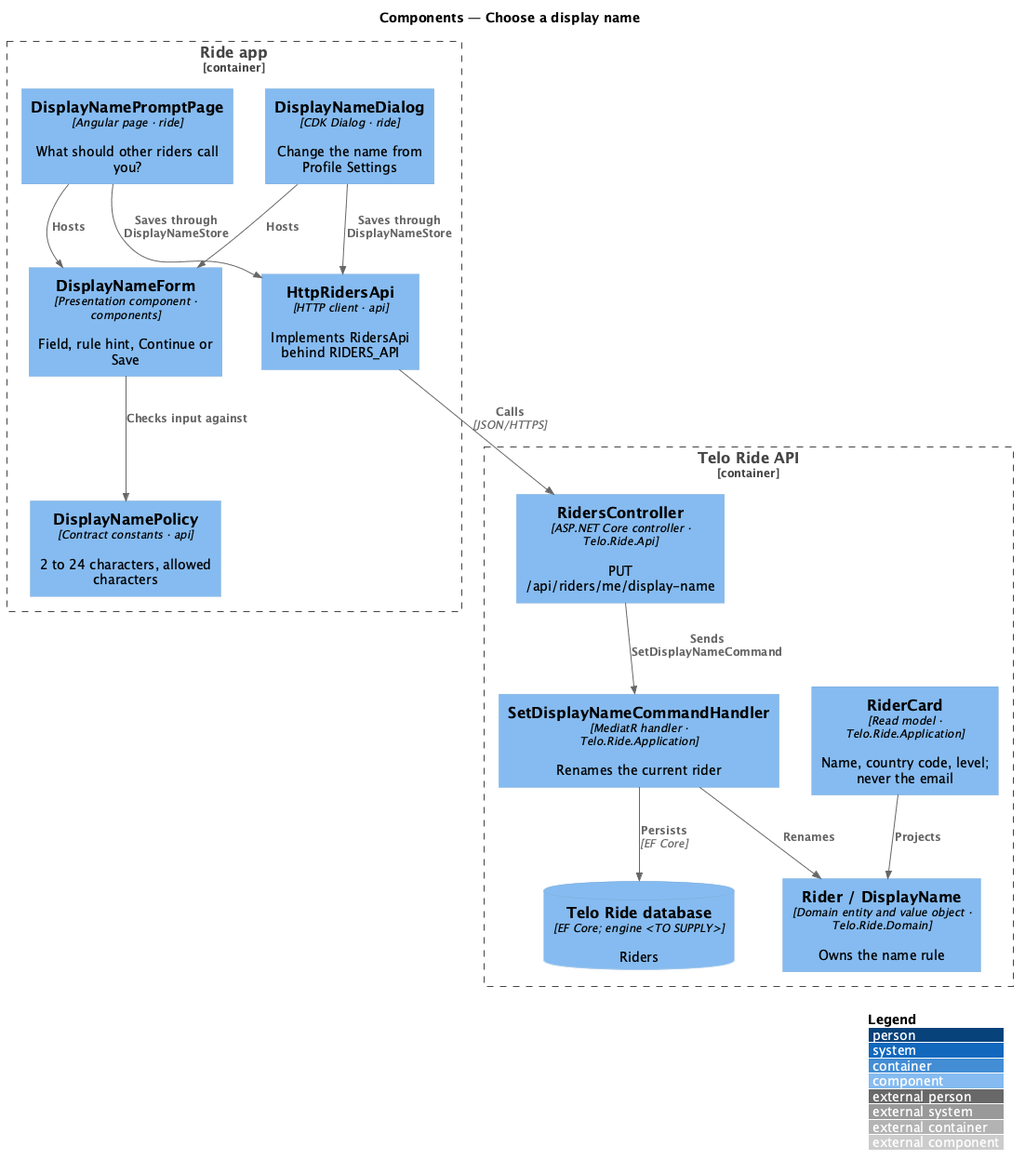
Before: docs/detailed-designs/accounts/choose-a-display-name/diagrams/c4-component.png, a diagram exported from PlantUML (QuinntyneBrown/ride-one).
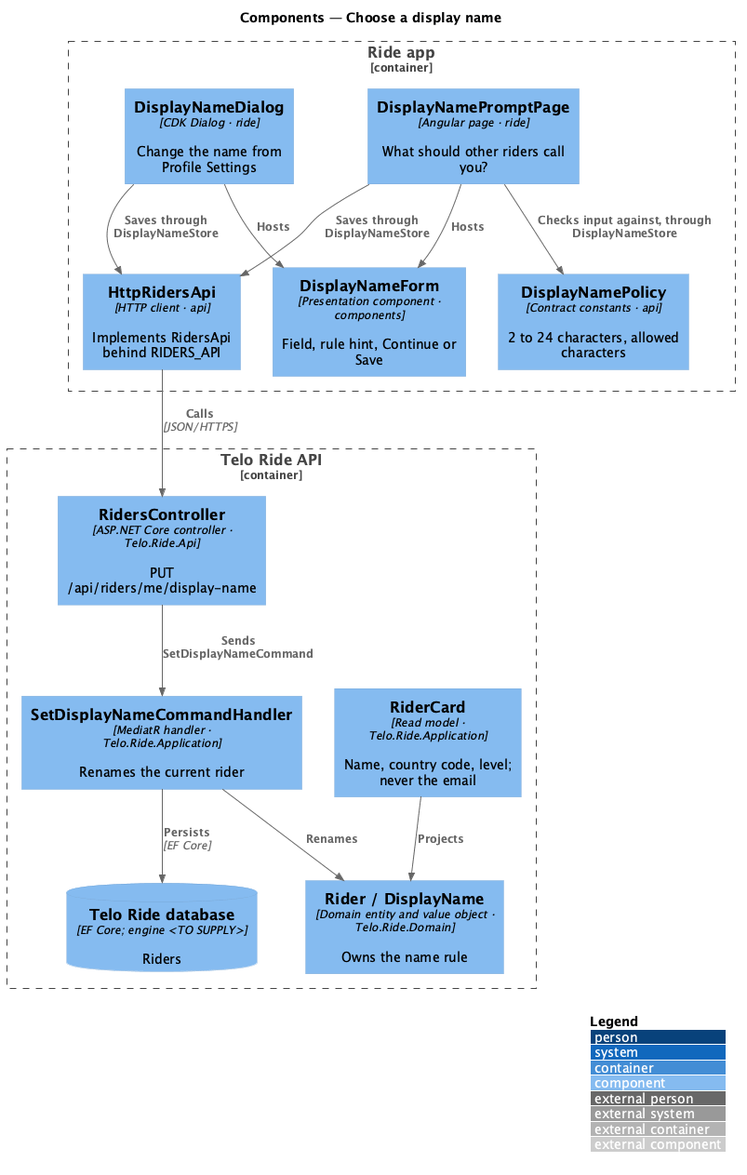
After the commit.

Change to the diagram source:
```diff
@@ -18,7 +18,7 @@
 }
 Rel(prompt, form, "Hosts")
 Rel(dialog, form, "Hosts")
-Rel(form, rule, "Checks input against")
+Rel(prompt, rule, "Checks input against, through DisplayNameStore")
 Rel(prompt, client, "Saves through DisplayNameStore")
 Rel(dialog, client, "Saves through DisplayNameStore")
 Rel(client, ctrl, "Calls", "JSON/HTTPS")
```
